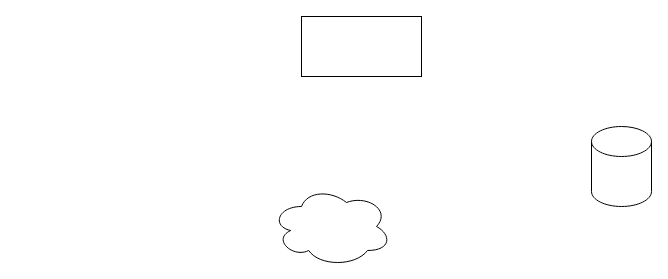
Earlier version of the draw.io diagram 未命名绘图.drawio (KodeChicken/draw). Source tidied: cells renumbered, new cells numbered last; positions are measured from the earlier drawing's top-left corner, leaving out a move shared by most shapes. Both pictures are drawn from the tidied source at 100%, with x=0, y=0 at pixel (271, 16).
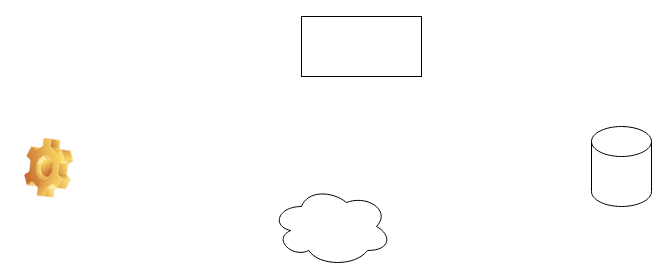
After the change.

Commit message:
更新未命名绘图.drawio

Diff of the diagram source:
```diff
@@
 <mxGraphModel>
   <root>
     <mxCell id="0" />
     <mxCell id="1" parent="0" />
     <mxCell id="2" style="rounded=0;whiteSpace=wrap;html=1;" parent="1" vertex="1">
       <mxGeometry x="30" width="120" height="60" as="geometry" />
     </mxCell>
     <mxCell id="3" style="ellipse;shape=cloud;whiteSpace=wrap;html=1;" parent="1" vertex="1">
       <mxGeometry y="170" width="120" height="80" as="geometry" />
     </mxCell>
     <mxCell id="4" style="shape=cylinder3;whiteSpace=wrap;html=1;boundedLbl=1;backgroundOutline=1;size=15;" parent="1" vertex="1">
       <mxGeometry x="320" y="110" width="60" height="80" as="geometry" />
     </mxCell>
+    <mxCell id="5" style="shape=image;html=1;verticalLabelPosition=bottom;verticalAlign=top;imageAspect=1;image=img/clipart/Gear_128x128.png;rotation=-195;" parent="1" vertex="1">
+      <mxGeometry x="-249" y="120.9" width="51.1" height="60" as="geometry" />
+    </mxCell>
   </root>
 </mxGraphModel>
```
